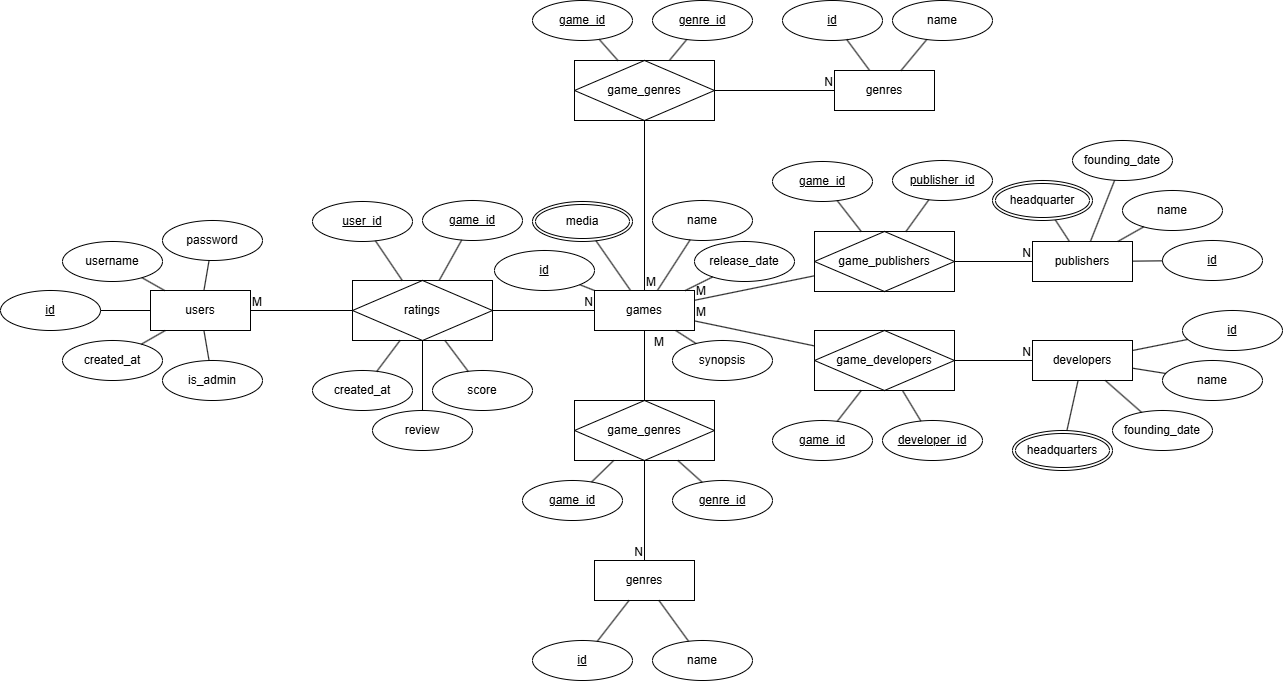
The draw.io diagram docs/Entity Relationship Diagram.png in billdansr/sweet-potato, before a commit. Source tidied: cells renumbered, new cells last; positions are measured from the earlier drawing's top-left corner, leaving out a move shared by most shapes.
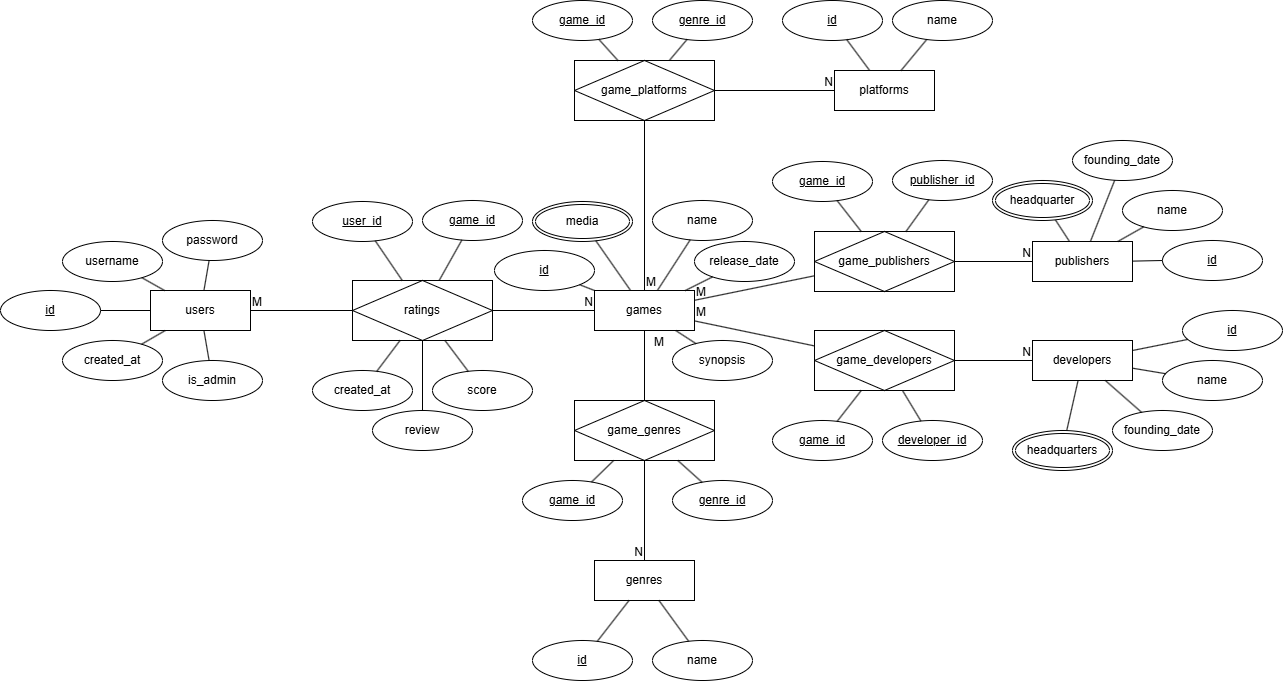
After the change.

The edit, as a diff of the source:
```diff
@@ -277,10 +277,10 @@
     <mxCell id="91" value="headquarter" style="ellipse;shape=doubleEllipse;margin=3;whiteSpace=wrap;html=1;align=center;" parent="1" vertex="1">
       <mxGeometry x="992" y="180" width="100" height="40" as="geometry" />
     </mxCell>
-    <mxCell id="92" value="game_genres" style="shape=associativeEntity;whiteSpace=wrap;html=1;align=center;" parent="1" vertex="1">
+    <mxCell id="92" value="game_plat&lt;span style=&quot;background-color: initial;&quot;&gt;forms&lt;/span&gt;" style="shape=associativeEntity;whiteSpace=wrap;html=1;align=center;" parent="1" vertex="1">
       <mxGeometry x="574" y="60" width="140" height="60" as="geometry" />
     </mxCell>
-    <mxCell id="93" value="genres" style="whiteSpace=wrap;html=1;align=center;" parent="1" vertex="1">
+    <mxCell id="93" value="platforms" style="whiteSpace=wrap;html=1;align=center;" parent="1" vertex="1">
       <mxGeometry x="834" y="70" width="100" height="40" as="geometry" />
     </mxCell>
     <mxCell id="94" value="id" style="ellipse;whiteSpace=wrap;html=1;align=center;fontStyle=4;" parent="1" vertex="1">
```
